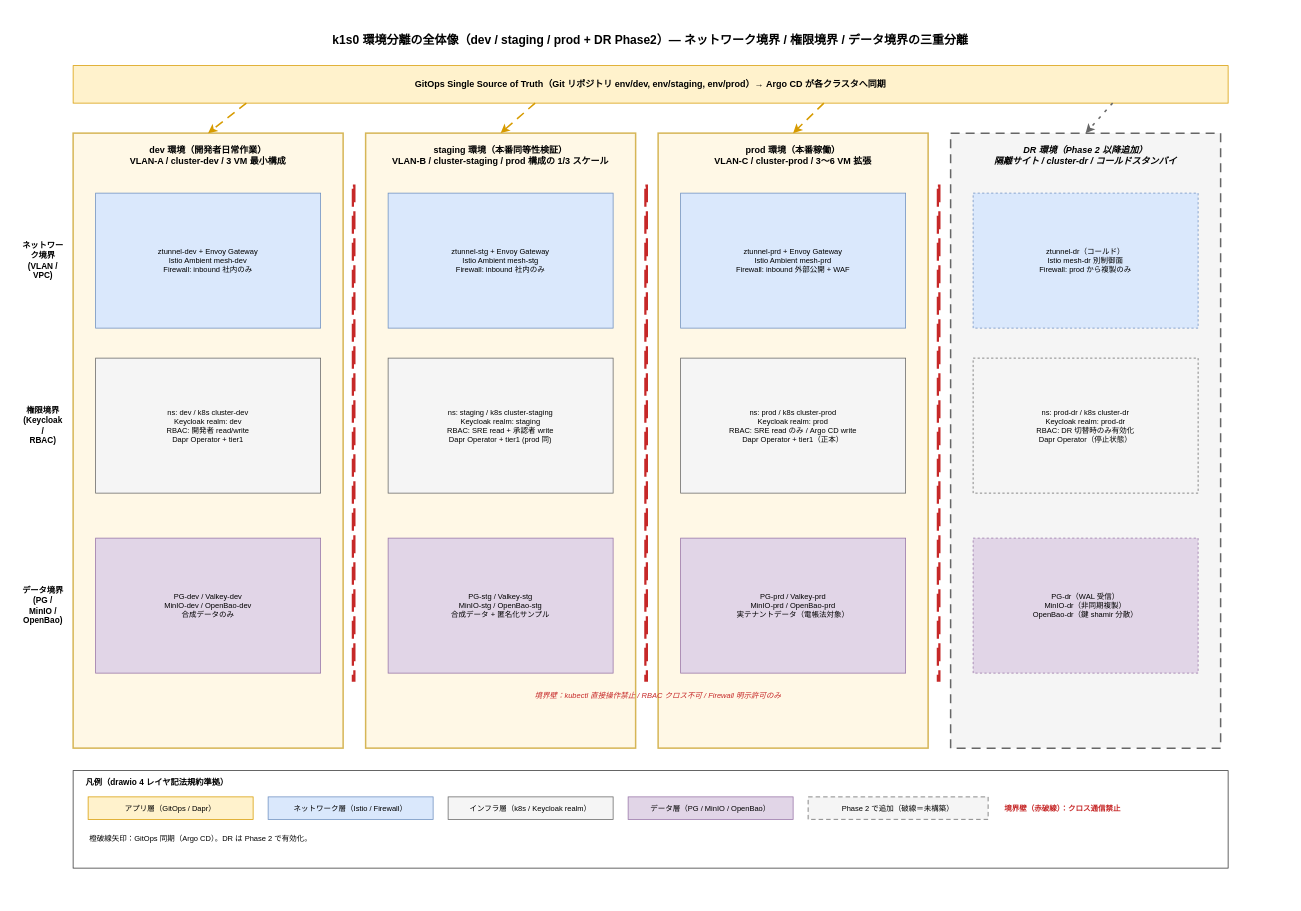
RyuheiKiso/k1s0 keeps this draw.io diagram as docs/04_概要設計/55_運用ライフサイクル方式設計/img/03_環境構成管理方式/env_separation_overview.drawio. Above is the earlier version. Source tidied: cells renumbered, new cells numbered last; positions are measured from the earlier drawing's top-left corner, leaving out a move shared by most shapes. Both pictures are drawn from the tidied source at 75%, with x=0, y=0 at pixel (13, 13).
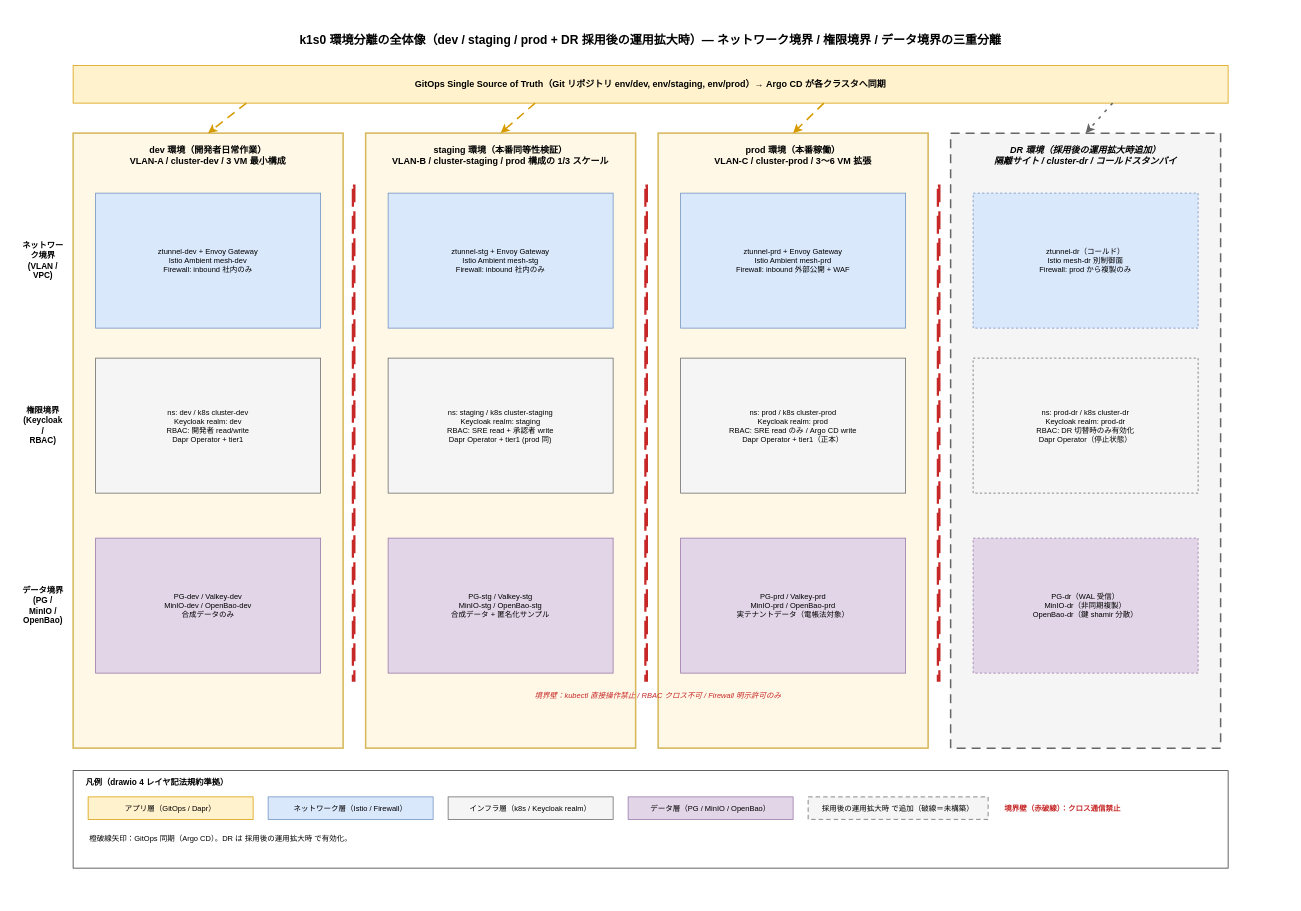
Above is the later version.

The edit, as a diff of the source:
```diff
@@
-    <mxCell id="3" value="k1s0 環境分離の全体像（dev / staging / prod + DR Phase2）— ネットワーク境界 / 権限境界 / データ境界の三重分離" style="text;html=1;strokeColor=none;fillColor=none;align=center;verticalAlign=middle;whiteSpace=wrap;fontSize=16;fontStyle=1;" parent="1" vertex="1">
+    <mxCell id="3" value="k1s0 環境分離の全体像（dev / staging / prod + DR 採用後の運用拡大時）— ネットワーク境界 / 権限境界 / データ境界の三重分離" style="text;html=1;strokeColor=none;fillColor=none;align=center;verticalAlign=middle;whiteSpace=wrap;fontSize=16;fontStyle=1;" parent="1" vertex="1">
       <mxGeometry x="40" y="20" width="1620" height="30" as="geometry" />
     </mxCell>
@@
-    <mxCell id="12" value="DR 環境（Phase 2 以降追加）&#10;隔離サイト / cluster-dr / コールドスタンバイ" style="text;html=1;strokeColor=none;fillColor=none;align=center;verticalAlign=middle;whiteSpace=wrap;fontSize=12;fontStyle=1;fontStyle=3;" parent="1" vertex="1">
+    <mxCell id="12" value="DR 環境（採用後の運用拡大時追加）&#10;隔離サイト / cluster-dr / コールドスタンバイ" style="text;html=1;strokeColor=none;fillColor=none;align=center;verticalAlign=middle;whiteSpace=wrap;fontSize=12;fontStyle=1;fontStyle=3;" parent="1" vertex="1">
       <mxGeometry x="1250" y="170" width="360" height="40" as="geometry" />
     </mxCell>
@@
-    <mxCell id="42" value="Phase 2 で追加（破線＝未構築）" style="rounded=0;whiteSpace=wrap;html=1;fillColor=#f5f5f5;strokeColor=#666666;fontSize=10;dashed=1;dashPattern=6 4;" parent="1" vertex="1">
-      <mxGeometry x="1060" y="1045" width="240" height="30" as="geometry" />
-    </mxCell>
+    <mxCell id="45" value="採用後の運用拡大時 で追加（破線＝未構築）" style="rounded=0;whiteSpace=wrap;html=1;fillColor=#f5f5f5;strokeColor=#666666;fontSize=10;dashed=1;dashPattern=6 4;" parent="1" vertex="1">
+      <mxGeometry x="1060" y="1045" width="240" height="30" as="geometry" />
+    </mxCell>
@@
-    <mxCell id="44" value="橙破線矢印：GitOps 同期（Argo CD）。DR は Phase 2 で有効化。" style="text;html=1;strokeColor=none;fillColor=none;align=left;verticalAlign=middle;whiteSpace=wrap;fontSize=10;" parent="1" vertex="1">
+    <mxCell id="44" value="橙破線矢印：GitOps 同期（Argo CD）。DR は 採用後の運用拡大時 で有効化。" style="text;html=1;strokeColor=none;fillColor=none;align=left;verticalAlign=middle;whiteSpace=wrap;fontSize=10;" parent="1" vertex="1">
       <mxGeometry x="100" y="1085" width="1500" height="30" as="geometry" />
     </mxCell>
```
